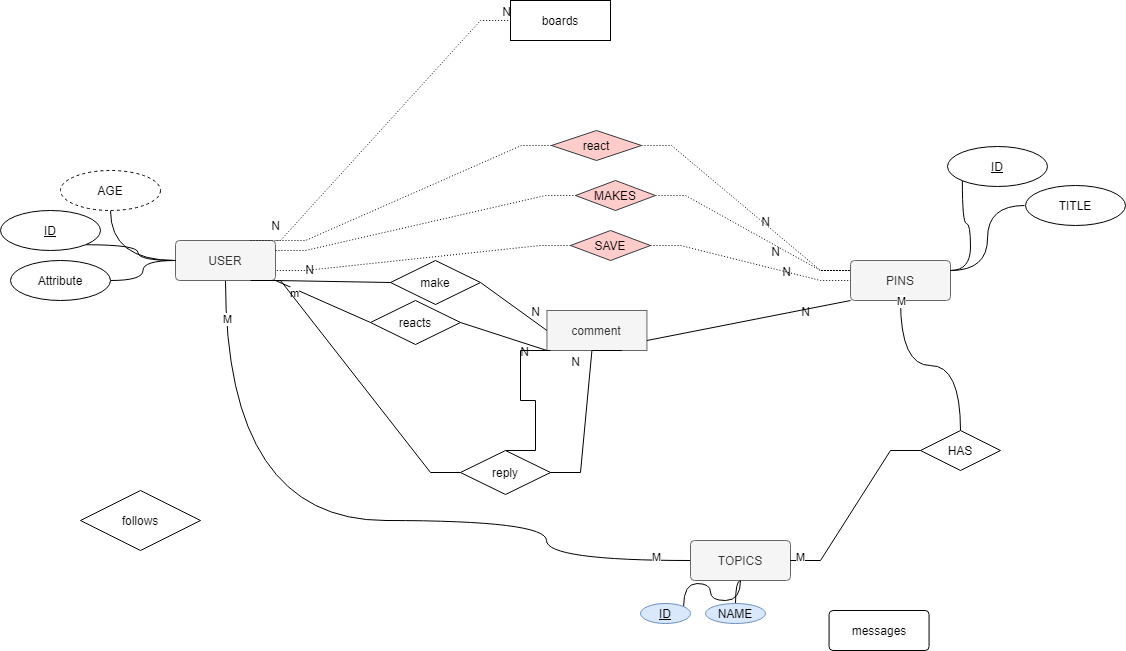
This is erd2.drawio.png from kataya1/Pinterest, a draw.io export, as it was before one commit. Source tidied: cells renumbered, new cells last; positions are measured from the earlier drawing's top-left corner, leaving out a move shared by most shapes.
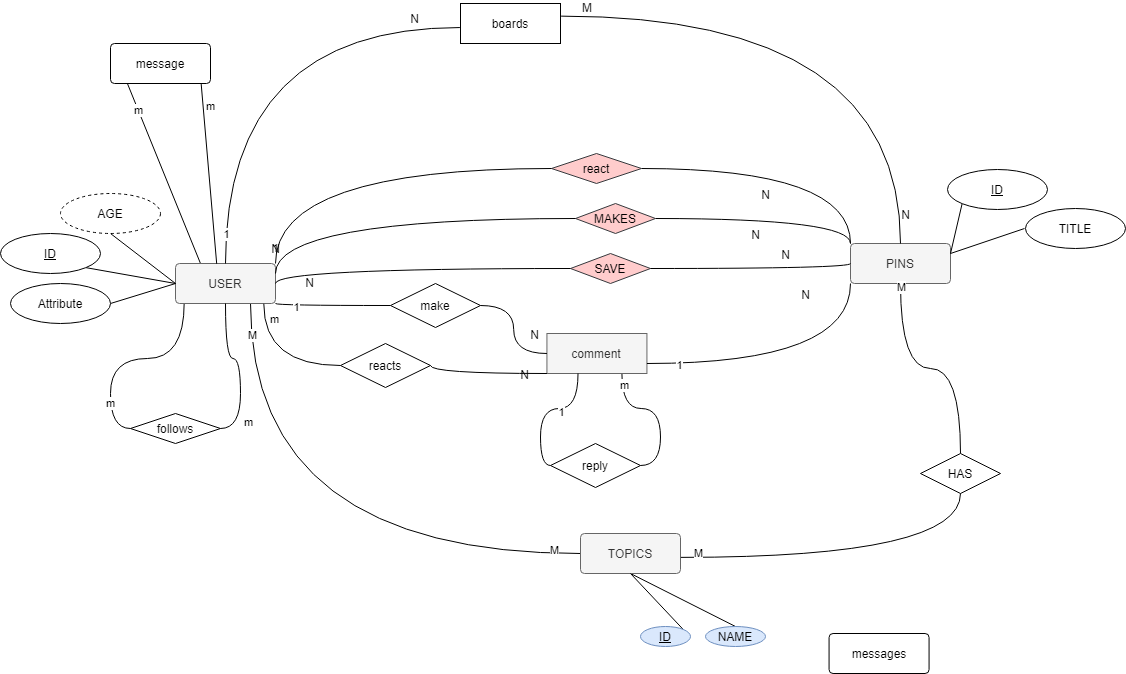
The same diagram one commit later.

What changed in the source:
```diff
@@ -4,9 +4,10 @@
     <mxCell id="1" parent="0" />
+    <mxCell id="63" style="rounded=0;jettySize=auto;html=1;exitX=0.25;exitY=0;exitDx=0;exitDy=0;entryX=0.17;entryY=1.006;entryDx=0;entryDy=0;endArrow=none;endFill=0;entryPerimeter=0;" parent="1" edge="1" source="5" target="80">
+      <mxGeometry relative="1" as="geometry" />
+    </mxCell>
+    <mxCell id="64" value="m" style="edgeLabel;html=1;align=center;verticalAlign=middle;" parent="63" vertex="1">
+      <mxGeometry x="0.71" relative="1" as="geometry" />
+    </mxCell>
-    <mxCell id="2" style="edgeStyle=orthogonalEdgeStyle;curved=1;rounded=0;jettySize=auto;html=1;exitX=0.5;exitY=1;exitDx=0;exitDy=0;entryX=0;entryY=0.5;entryDx=0;entryDy=0;endArrow=none;endFill=0;" parent="1" edge="1" source="5" target="25">
-      <mxGeometry relative="1" as="geometry">
-        <Array as="points">
-          <mxPoint x="225" y="520" />
-          <mxPoint x="546" y="520" />
-        </Array>
-      </mxGeometry>
+    <mxCell id="2" style="edgeStyle=orthogonalEdgeStyle;rounded=0;jettySize=auto;html=1;exitX=0.75;exitY=1;exitDx=0;exitDy=0;entryX=0;entryY=0.5;entryDx=0;entryDy=0;endArrow=none;endFill=0;curved=1;" parent="1" edge="1" source="5" target="25">
+      <mxGeometry relative="1" as="geometry" />
     </mxCell>
@@ -18,2 +19,10 @@
     </mxCell>
+    <mxCell id="65" style="edgeStyle=orthogonalEdgeStyle;curved=1;rounded=0;jettySize=auto;html=1;exitX=0.087;exitY=0.981;exitDx=0;exitDy=0;entryX=0;entryY=0.5;entryDx=0;entryDy=0;endArrow=none;endFill=0;exitPerimeter=0;" parent="1" edge="1" source="5" target="41">
+      <mxGeometry relative="1" as="geometry" />
+    </mxCell>
+    <mxCell id="66" value="m" style="edgeLabel;html=1;align=center;verticalAlign=middle;" parent="65" vertex="1">
+      <mxGeometry x="-0.81" y="-8" relative="1" as="geometry">
+        <mxPoint x="-66" y="79" as="offset" />
+      </mxGeometry>
+    </mxCell>
     <mxCell id="5" value="USER" style="rounded=1;arcSize=10;whiteSpace=wrap;html=1;align=center;fillColor=#f5f5f5;strokeColor=#666666;fontColor=#333333;" parent="1" vertex="1">
@@ -21,3 +30,3 @@
     </mxCell>
-    <mxCell id="6" style="edgeStyle=orthogonalEdgeStyle;curved=1;rounded=0;jettySize=auto;html=1;exitX=1;exitY=1;exitDx=0;exitDy=0;entryX=0;entryY=0.5;entryDx=0;entryDy=0;endArrow=none;endFill=0;" parent="1" edge="1" source="7" target="5">
+    <mxCell id="6" style="rounded=0;jettySize=auto;html=1;exitX=1;exitY=1;exitDx=0;exitDy=0;entryX=0;entryY=0.5;entryDx=0;entryDy=0;endArrow=none;endFill=0;" parent="1" edge="1" source="7" target="5">
       <mxGeometry relative="1" as="geometry" />
@@ -27,3 +36,3 @@
     </mxCell>
-    <mxCell id="8" style="edgeStyle=orthogonalEdgeStyle;curved=1;rounded=0;jettySize=auto;html=1;exitX=0.5;exitY=1;exitDx=0;exitDy=0;endArrow=none;endFill=0;entryX=0;entryY=0.5;entryDx=0;entryDy=0;" parent="1" edge="1" source="9" target="5">
+    <mxCell id="8" style="rounded=0;jettySize=auto;html=1;exitX=0.5;exitY=1;exitDx=0;exitDy=0;endArrow=none;endFill=0;entryX=0;entryY=0.5;entryDx=0;entryDy=0;" parent="1" edge="1" source="9" target="5">
       <mxGeometry relative="1" as="geometry" />
@@ -34,5 +43,5 @@
     <mxCell id="10" value="PINS" style="rounded=1;arcSize=10;whiteSpace=wrap;html=1;align=center;fillColor=#f5f5f5;strokeColor=#666666;fontColor=#333333;" parent="1" vertex="1">
-      <mxGeometry x="850" y="260" width="100" height="40" as="geometry" />
+      <mxGeometry x="850" y="220" width="100" height="40" as="geometry" />
     </mxCell>
-    <mxCell id="11" style="edgeStyle=orthogonalEdgeStyle;curved=1;rounded=0;jettySize=auto;html=1;exitX=1;exitY=0.5;exitDx=0;exitDy=0;entryX=0;entryY=0.5;entryDx=0;entryDy=0;endArrow=none;endFill=0;" parent="1" edge="1" source="12" target="5">
+    <mxCell id="11" style="rounded=0;jettySize=auto;html=1;exitX=1;exitY=0.5;exitDx=0;exitDy=0;entryX=0;entryY=0.5;entryDx=0;entryDy=0;endArrow=none;endFill=0;" parent="1" edge="1" source="12" target="5">
       <mxGeometry relative="1" as="geometry" />
@@ -42,6 +51,4 @@
     </mxCell>
-    <mxCell id="13" style="endArrow=none;html=1;rounded=0;dashed=1;dashPattern=1 2;exitX=1;exitY=0.5;exitDx=0;exitDy=0;startArrow=none;edgeStyle=entityRelationEdgeStyle;" parent="1" edge="1" source="15">
-      <mxGeometry relative="1" as="geometry">
-        <mxPoint x="850" y="270" as="targetPoint" />
-      </mxGeometry>
+    <mxCell id="13" style="endArrow=none;html=1;rounded=0;exitX=1;exitY=0.5;exitDx=0;exitDy=0;startArrow=none;edgeStyle=orthogonalEdgeStyle;entryX=0;entryY=0;entryDx=0;entryDy=0;curved=1;" parent="1" edge="1" source="15" target="10">
+      <mxGeometry relative="1" as="geometry" />
     </mxCell>
@@ -49,3 +56,3 @@
       <mxGeometry x="1" relative="1" as="geometry">
-        <mxPoint x="-70" y="-10" as="offset" />
+        <mxPoint x="-90" as="offset" />
       </mxGeometry>
@@ -55,5 +62,12 @@
     </mxCell>
-    <mxCell id="16" style="endArrow=none;html=1;rounded=0;dashed=1;dashPattern=1 2;exitX=1;exitY=0.25;exitDx=0;exitDy=0;entryX=0;entryY=0.5;entryDx=0;entryDy=0;edgeStyle=entityRelationEdgeStyle;" parent="1" edge="1" source="5" target="15">
-      <mxGeometry relative="1" as="geometry" />
+    <mxCell id="16" style="endArrow=none;html=1;rounded=0;exitX=1;exitY=0.25;exitDx=0;exitDy=0;entryX=0;entryY=0.5;entryDx=0;entryDy=0;edgeStyle=orthogonalEdgeStyle;curved=1;" parent="1" edge="1" source="5" target="15">
+      <mxGeometry relative="1" as="geometry">
+        <Array as="points">
+          <mxPoint x="275" y="195" />
+        </Array>
+      </mxGeometry>
     </mxCell>
+    <mxCell id="67" value="1" style="edgeLabel;html=1;align=center;verticalAlign=middle;" parent="16" vertex="1">
+      <mxGeometry x="-0.85" y="1" relative="1" as="geometry" />
+    </mxCell>
     <mxCell id="17" value="SAVE" style="shape=rhombus;perimeter=rhombusPerimeter;whiteSpace=wrap;html=1;align=center;fillColor=#ffcccc;strokeColor=#36393d;" parent="1" vertex="1">
@@ -61,3 +75,3 @@
     </mxCell>
-    <mxCell id="18" style="edgeStyle=orthogonalEdgeStyle;curved=1;rounded=0;jettySize=auto;html=1;exitX=0;exitY=0.5;exitDx=0;exitDy=0;entryX=1;entryY=0.25;entryDx=0;entryDy=0;endArrow=none;endFill=0;" parent="1" edge="1" target="10">
+    <mxCell id="18" style="rounded=0;jettySize=auto;html=1;exitX=0;exitY=0.5;exitDx=0;exitDy=0;entryX=1;entryY=0.25;entryDx=0;entryDy=0;endArrow=none;endFill=0;" parent="1" edge="1" target="10">
       <mxGeometry relative="1" as="geometry">
@@ -69,3 +83,3 @@
     </mxCell>
-    <mxCell id="20" style="edgeStyle=orthogonalEdgeStyle;rounded=0;jettySize=auto;html=1;exitX=0;exitY=1;exitDx=0;exitDy=0;curved=1;endArrow=none;endFill=0;entryX=1;entryY=0.25;entryDx=0;entryDy=0;" parent="1" edge="1" source="21" target="10">
+    <mxCell id="20" style="rounded=0;jettySize=auto;html=1;exitX=0;exitY=1;exitDx=0;exitDy=0;endArrow=none;endFill=0;entryX=1;entryY=0.25;entryDx=0;entryDy=0;" parent="1" edge="1" source="21" target="10">
       <mxGeometry relative="1" as="geometry" />
@@ -83,3 +97,3 @@
     </mxCell>
-    <mxCell id="24" style="edgeStyle=orthogonalEdgeStyle;curved=1;rounded=0;jettySize=auto;html=1;exitX=0.5;exitY=1;exitDx=0;exitDy=0;entryX=0.5;entryY=0;entryDx=0;entryDy=0;endArrow=none;endFill=0;" parent="1" edge="1" source="25" target="28">
+    <mxCell id="24" style="rounded=0;jettySize=auto;html=1;exitX=0.5;exitY=1;exitDx=0;exitDy=0;entryX=0.5;entryY=0;entryDx=0;entryDy=0;endArrow=none;endFill=0;" parent="1" edge="1" source="25" target="28">
       <mxGeometry relative="1" as="geometry" />
@@ -87,5 +101,5 @@
     <mxCell id="25" value="TOPICS" style="rounded=1;arcSize=10;whiteSpace=wrap;html=1;align=center;fillColor=#f5f5f5;strokeColor=#666666;shadow=0;sketch=0;glass=0;fontColor=#333333;" parent="1" vertex="1">
-      <mxGeometry x="690" y="540" width="100" height="40" as="geometry" />
+      <mxGeometry x="580" y="510" width="100" height="40" as="geometry" />
     </mxCell>
-    <mxCell id="26" style="edgeStyle=orthogonalEdgeStyle;curved=1;rounded=0;jettySize=auto;html=1;exitX=1;exitY=0;exitDx=0;exitDy=0;entryX=0.5;entryY=1;entryDx=0;entryDy=0;endArrow=none;endFill=0;" parent="1" edge="1" source="27" target="25">
+    <mxCell id="26" style="rounded=0;jettySize=auto;html=1;exitX=1;exitY=0;exitDx=0;exitDy=0;entryX=0.5;entryY=1;entryDx=0;entryDy=0;endArrow=none;endFill=0;" parent="1" edge="1" source="27" target="25">
       <mxGeometry relative="1" as="geometry" />
@@ -98,3 +112,3 @@
     </mxCell>
-    <mxCell id="29" style="endArrow=none;html=1;rounded=0;dashed=1;dashPattern=1 2;exitX=1;exitY=0.5;exitDx=0;exitDy=0;startArrow=none;edgeStyle=entityRelationEdgeStyle;entryX=0;entryY=0.25;entryDx=0;entryDy=0;" parent="1" edge="1" source="31" target="10">
+    <mxCell id="29" style="endArrow=none;html=1;rounded=0;exitX=1;exitY=0.5;exitDx=0;exitDy=0;startArrow=none;edgeStyle=orthogonalEdgeStyle;entryX=0;entryY=0;entryDx=0;entryDy=0;curved=1;" parent="1" edge="1" source="31" target="10">
       <mxGeometry relative="1" as="geometry" />
@@ -110,5 +124,5 @@
     <mxCell id="32" value="boards" style="rounded=1;arcSize=0;whiteSpace=wrap;html=1;align=center;" parent="1" vertex="1">
-      <mxGeometry x="510" width="100" height="40" as="geometry" />
+      <mxGeometry x="460" y="-20" width="100" height="40" as="geometry" />
     </mxCell>
-    <mxCell id="33" style="endArrow=none;html=1;rounded=0;dashed=1;dashPattern=1 2;entryX=1;entryY=0;entryDx=0;entryDy=0;exitX=0;exitY=0.5;exitDx=0;exitDy=0;edgeStyle=entityRelationEdgeStyle;" parent="1" edge="1" source="31" target="5">
+    <mxCell id="33" style="endArrow=none;html=1;rounded=0;entryX=1;entryY=0;entryDx=0;entryDy=0;exitX=0;exitY=0.5;exitDx=0;exitDy=0;edgeStyle=orthogonalEdgeStyle;curved=1;" parent="1" edge="1" source="31" target="5">
       <mxGeometry relative="1" as="geometry" />
@@ -120,4 +134,8 @@
     </mxCell>
-    <mxCell id="35" style="endArrow=none;html=1;rounded=0;dashed=1;dashPattern=1 2;entryX=1;entryY=0.75;entryDx=0;entryDy=0;exitX=0;exitY=0.5;exitDx=0;exitDy=0;edgeStyle=entityRelationEdgeStyle;" parent="1" edge="1" source="17" target="5">
-      <mxGeometry relative="1" as="geometry" />
+    <mxCell id="35" style="endArrow=none;html=1;rounded=0;exitX=0;exitY=0.5;exitDx=0;exitDy=0;edgeStyle=orthogonalEdgeStyle;curved=1;entryX=1;entryY=0.5;entryDx=0;entryDy=0;" parent="1" edge="1" source="17" target="5">
+      <mxGeometry relative="1" as="geometry">
+        <Array as="points">
+          <mxPoint x="275" y="245" />
+        </Array>
+      </mxGeometry>
     </mxCell>
@@ -128,9 +146,8 @@
     </mxCell>
-    <mxCell id="37" value="N" style="html=1;align=right;verticalAlign=bottom;" parent="35" vertex="1">
-      <mxGeometry x="1" relative="1" as="geometry">
-        <mxPoint x="305" y="100" as="offset" />
-      </mxGeometry>
-    </mxCell>
-    <mxCell id="38" style="endArrow=none;html=1;rounded=0;dashed=1;dashPattern=1 2;entryX=0;entryY=0.5;entryDx=0;entryDy=0;edgeStyle=entityRelationEdgeStyle;exitX=1;exitY=0.5;exitDx=0;exitDy=0;" parent="1" edge="1" source="17" target="10">
-      <mxGeometry relative="1" as="geometry" />
+    <mxCell id="38" style="endArrow=none;html=1;rounded=0;entryX=0;entryY=0.5;entryDx=0;entryDy=0;edgeStyle=orthogonalEdgeStyle;exitX=1;exitY=0.5;exitDx=0;exitDy=0;curved=1;" parent="1" edge="1" source="17" target="10">
+      <mxGeometry relative="1" as="geometry">
+        <Array as="points">
+          <mxPoint x="850" y="245" />
+        </Array>
+      </mxGeometry>
     </mxCell>
@@ -144,4 +161,12 @@
     </mxCell>
+    <mxCell id="68" style="edgeStyle=orthogonalEdgeStyle;curved=1;rounded=0;jettySize=auto;html=1;exitX=1;exitY=0.5;exitDx=0;exitDy=0;endArrow=none;endFill=0;entryX=0.5;entryY=1;entryDx=0;entryDy=0;" parent="1" edge="1" source="41" target="5">
+      <mxGeometry relative="1" as="geometry" />
+    </mxCell>
+    <mxCell id="69" value="m" style="edgeLabel;html=1;align=center;verticalAlign=middle;" parent="68" vertex="1">
+      <mxGeometry x="0.92" y="1" relative="1" as="geometry">
+        <mxPoint x="23" y="112" as="offset" />
+      </mxGeometry>
+    </mxCell>
     <mxCell id="41" value="follows" style="shape=rhombus;perimeter=rhombusPerimeter;whiteSpace=wrap;html=1;align=center;" parent="1" vertex="1">
-      <mxGeometry x="80" y="490" width="120" height="60" as="geometry" />
+      <mxGeometry x="130" y="390" width="90" height="30" as="geometry" />
     </mxCell>
@@ -150,4 +175,8 @@
     </mxCell>
-    <mxCell id="43" style="edgeStyle=entityRelationEdgeStyle;rounded=0;jettySize=auto;html=1;endArrow=none;endFill=0;entryX=0;entryY=0.5;entryDx=0;entryDy=0;elbow=vertical;" parent="1" edge="1" source="25" target="42">
-      <mxGeometry relative="1" as="geometry" />
+    <mxCell id="43" style="edgeStyle=orthogonalEdgeStyle;rounded=0;jettySize=auto;html=1;endArrow=none;endFill=0;entryX=0.5;entryY=1;entryDx=0;entryDy=0;elbow=vertical;curved=1;exitX=1.004;exitY=0.597;exitDx=0;exitDy=0;exitPerimeter=0;" parent="1" edge="1" source="25" target="42">
+      <mxGeometry relative="1" as="geometry">
+        <Array as="points">
+          <mxPoint x="960" y="534" />
+        </Array>
+      </mxGeometry>
     </mxCell>
@@ -158,2 +187,8 @@
     </mxCell>
+    <mxCell id="70" style="rounded=0;jettySize=auto;html=1;exitX=0.75;exitY=1;exitDx=0;exitDy=0;entryX=1;entryY=0.5;entryDx=0;entryDy=0;endArrow=none;endFill=0;edgeStyle=orthogonalEdgeStyle;curved=1;" parent="1" edge="1" source="45" target="59">
+      <mxGeometry relative="1" as="geometry" />
+    </mxCell>
+    <mxCell id="71" value="m" style="edgeLabel;html=1;align=center;verticalAlign=middle;" parent="70" vertex="1">
+      <mxGeometry x="-0.86" y="2" relative="1" as="geometry" />
+    </mxCell>
     <mxCell id="45" value="comment" style="rounded=1;arcSize=0;whiteSpace=wrap;html=1;align=center;fillColor=#f5f5f5;fontColor=#333333;strokeColor=#666666;" parent="1" vertex="1">
@@ -161,3 +196,3 @@
     </mxCell>
-    <mxCell id="46" style="endArrow=none;html=1;rounded=0;exitX=1;exitY=0.75;exitDx=0;exitDy=0;entryX=0;entryY=1;entryDx=0;entryDy=0;" parent="1" edge="1" source="45" target="10">
+    <mxCell id="46" style="endArrow=none;html=1;rounded=0;exitX=1;exitY=0.75;exitDx=0;exitDy=0;entryX=0;entryY=1;entryDx=0;entryDy=0;edgeStyle=orthogonalEdgeStyle;curved=1;" parent="1" edge="1" source="45" target="10">
       <mxGeometry relative="1" as="geometry" />
@@ -169,3 +204,6 @@
     </mxCell>
+    <mxCell id="72" value="1" style="edgeLabel;html=1;align=center;verticalAlign=middle;" parent="46" vertex="1">
+      <mxGeometry x="-0.77" y="-1" relative="1" as="geometry" />
+    </mxCell>
-    <mxCell id="48" style="endArrow=none;html=1;rounded=0;exitX=1;exitY=0.5;exitDx=0;exitDy=0;entryX=0;entryY=0.5;entryDx=0;entryDy=0;startArrow=none;" parent="1" edge="1" source="50" target="45">
+    <mxCell id="48" style="endArrow=none;html=1;rounded=0;exitX=1;exitY=0.5;exitDx=0;exitDy=0;entryX=0;entryY=0.5;entryDx=0;entryDy=0;startArrow=none;edgeStyle=orthogonalEdgeStyle;curved=1;" parent="1" edge="1" source="50" target="45">
       <mxGeometry relative="1" as="geometry" />
@@ -180,7 +218,18 @@
     </mxCell>
-    <mxCell id="51" style="endArrow=none;html=1;rounded=0;exitX=1;exitY=1;exitDx=0;exitDy=0;entryX=0;entryY=0.5;entryDx=0;entryDy=0;" parent="1" edge="1" source="5" target="50">
-      <mxGeometry relative="1" as="geometry" />
+    <mxCell id="51" style="endArrow=none;html=1;rounded=0;exitX=1;exitY=1;exitDx=0;exitDy=0;entryX=0;entryY=0.5;entryDx=0;entryDy=0;edgeStyle=orthogonalEdgeStyle;curved=1;" parent="1" edge="1" source="5" target="50">
+      <mxGeometry relative="1" as="geometry">
+        <Array as="points">
+          <mxPoint x="275" y="282" />
+        </Array>
+      </mxGeometry>
     </mxCell>
+    <mxCell id="73" value="1" style="edgeLabel;html=1;align=center;verticalAlign=middle;" parent="51" vertex="1">
+      <mxGeometry x="-0.63" y="-1" relative="1" as="geometry" />
+    </mxCell>
-    <mxCell id="52" style="endArrow=none;html=1;rounded=0;exitX=1;exitY=0.5;exitDx=0;exitDy=0;startArrow=none;entryX=0;entryY=1;entryDx=0;entryDy=0;" parent="1" edge="1" source="54" target="45">
-      <mxGeometry relative="1" as="geometry" />
+    <mxCell id="52" style="endArrow=none;html=1;rounded=0;exitX=1;exitY=0.5;exitDx=0;exitDy=0;startArrow=none;entryX=0;entryY=1;entryDx=0;entryDy=0;edgeStyle=orthogonalEdgeStyle;curved=1;" parent="1" edge="1" source="54" target="45">
+      <mxGeometry relative="1" as="geometry">
+        <Array as="points">
+          <mxPoint x="430" y="350" />
+        </Array>
+      </mxGeometry>
     </mxCell>
@@ -192,5 +241,5 @@
     <mxCell id="54" value="reacts" style="shape=rhombus;perimeter=rhombusPerimeter;whiteSpace=wrap;html=1;align=center;" parent="1" vertex="1">
-      <mxGeometry x="370" y="300" width="90" height="44" as="geometry" />
+      <mxGeometry x="340" y="320" width="90" height="44" as="geometry" />
     </mxCell>
-    <mxCell id="55" style="endArrow=none;html=1;rounded=0;exitX=1;exitY=1;exitDx=0;exitDy=0;entryX=0;entryY=0.5;entryDx=0;entryDy=0;" parent="1" edge="1" source="5" target="54">
+    <mxCell id="55" style="endArrow=none;html=1;rounded=0;exitX=0.883;exitY=1.008;exitDx=0;exitDy=0;entryX=0;entryY=0.5;entryDx=0;entryDy=0;edgeStyle=orthogonalEdgeStyle;curved=1;exitPerimeter=0;" parent="1" edge="1" source="5" target="54">
       <mxGeometry relative="1" as="geometry" />
@@ -198,19 +247,10 @@
     <mxCell id="56" value="m" style="edgeLabel;html=1;align=center;verticalAlign=middle;" parent="55" vertex="1">
-      <mxGeometry x="-0.57" y="-4" relative="1" as="geometry" />
+      <mxGeometry x="-0.57" y="-4" relative="1" as="geometry">
+        <mxPoint x="14" y="-15" as="offset" />
+      </mxGeometry>
     </mxCell>
-    <mxCell id="57" style="endArrow=none;html=1;rounded=0;exitX=1;exitY=0.5;exitDx=0;exitDy=0;entryX=0.75;entryY=1;entryDx=0;entryDy=0;startArrow=none;edgeStyle=entityRelationEdgeStyle;" parent="1" edge="1" source="59" target="45">
-      <mxGeometry relative="1" as="geometry" />
-    </mxCell>
-    <mxCell id="58" style="edgeStyle=entityRelationEdgeStyle;rounded=0;jettySize=auto;html=1;exitX=0.5;exitY=0;exitDx=0;exitDy=0;endArrow=none;endFill=0;" parent="1" edge="1" source="59">
-      <mxGeometry relative="1" as="geometry">
-        <mxPoint x="550" y="350" as="targetPoint" />
-      </mxGeometry>
-    </mxCell>
     <mxCell id="59" value="reply" style="shape=rhombus;perimeter=rhombusPerimeter;whiteSpace=wrap;html=1;align=center;" parent="1" vertex="1">
-      <mxGeometry x="460" y="450" width="90" height="44" as="geometry" />
+      <mxGeometry x="550" y="420" width="90" height="44" as="geometry" />
     </mxCell>
-    <mxCell id="60" style="endArrow=none;html=1;rounded=0;exitX=0.75;exitY=1;exitDx=0;exitDy=0;entryX=0;entryY=0.5;entryDx=0;entryDy=0;edgeStyle=entityRelationEdgeStyle;" parent="1" edge="1" source="5" target="59">
-      <mxGeometry relative="1" as="geometry" />
-    </mxCell>
-    <mxCell id="61" style="endArrow=none;html=1;rounded=0;dashed=1;dashPattern=1 2;exitX=0.75;exitY=0;exitDx=0;exitDy=0;edgeStyle=entityRelationEdgeStyle;entryX=0;entryY=0.5;entryDx=0;entryDy=0;" parent="1" edge="1" source="5" target="32">
+    <mxCell id="61" style="endArrow=none;html=1;rounded=0;exitX=0.5;exitY=0;exitDx=0;exitDy=0;edgeStyle=orthogonalEdgeStyle;curved=1;entryX=-0.006;entryY=0.601;entryDx=0;entryDy=0;entryPerimeter=0;" parent="1" edge="1" source="5" target="32">
       <mxGeometry relative="1" as="geometry" />
@@ -218,4 +258,44 @@
     <mxCell id="62" value="N" style="html=1;align=right;verticalAlign=bottom;" parent="61" vertex="1">
-      <mxGeometry x="1" relative="1" as="geometry" />
+      <mxGeometry x="1" relative="1" as="geometry">
+        <mxPoint x="-40" as="offset" />
+      </mxGeometry>
     </mxCell>
+    <mxCell id="74" value="1" style="edgeLabel;html=1;align=center;verticalAlign=middle;" parent="61" vertex="1">
+      <mxGeometry x="-0.88" relative="1" as="geometry">
+        <mxPoint y="-1" as="offset" />
+      </mxGeometry>
+    </mxCell>
+    <mxCell id="75" style="endArrow=none;html=1;rounded=0;curved=1;exitX=1.006;exitY=0.316;exitDx=0;exitDy=0;entryX=0.5;entryY=0;entryDx=0;entryDy=0;edgeStyle=orthogonalEdgeStyle;exitPerimeter=0;" parent="1" edge="1" source="32" target="10">
+      <mxGeometry relative="1" as="geometry" />
+    </mxCell>
+    <mxCell id="76" value="M" style="html=1;align=left;verticalAlign=bottom;" parent="75" vertex="1">
+      <mxGeometry x="-1" relative="1" as="geometry">
+        <mxPoint x="19" as="offset" />
+      </mxGeometry>
+    </mxCell>
+    <mxCell id="37" value="N" style="html=1;align=right;verticalAlign=bottom;" parent="75" vertex="1">
+      <mxGeometry x="1" relative="1" as="geometry">
+        <mxPoint x="10" y="-20" as="offset" />
+      </mxGeometry>
+    </mxCell>
+    <mxCell id="57" style="endArrow=none;html=1;rounded=0;curved=1;entryX=0.311;entryY=0.999;entryDx=0;entryDy=0;entryPerimeter=0;exitX=0;exitY=0.5;exitDx=0;exitDy=0;edgeStyle=orthogonalEdgeStyle;" parent="1" edge="1" source="59" target="45">
+      <mxGeometry relative="1" as="geometry" />
+    </mxCell>
+    <mxCell id="77" value="1" style="edgeLabel;html=1;align=center;verticalAlign=middle;" parent="57" vertex="1">
+      <mxGeometry x="0.38" y="-3" relative="1" as="geometry">
+        <mxPoint x="-10" as="offset" />
+      </mxGeometry>
+    </mxCell>
+    <mxCell id="78" style="rounded=0;orthogonalLoop=1;jettySize=auto;html=1;exitX=0.917;exitY=1.014;exitDx=0;exitDy=0;entryX=0.422;entryY=0.006;entryDx=0;entryDy=0;endArrow=none;endFill=0;entryPerimeter=0;exitPerimeter=0;" parent="1" edge="1">
+      <mxGeometry relative="1" as="geometry">
+        <mxPoint x="200.7" y="60.6" as="sourcePoint" />
+        <mxPoint x="216.2" y="240.2" as="targetPoint" />
+      </mxGeometry>
+    </mxCell>
+    <mxCell id="79" value="m" style="edgeLabel;html=1;align=center;verticalAlign=middle;" parent="78" vertex="1">
+      <mxGeometry x="-0.74" y="7" relative="1" as="geometry" />
+    </mxCell>
+    <mxCell id="80" value="message" style="rounded=1;arcSize=10;whiteSpace=wrap;html=1;align=center;" parent="1" vertex="1">
+      <mxGeometry x="110" y="20" width="100" height="40" as="geometry" />
+    </mxCell>
   </root>
```
